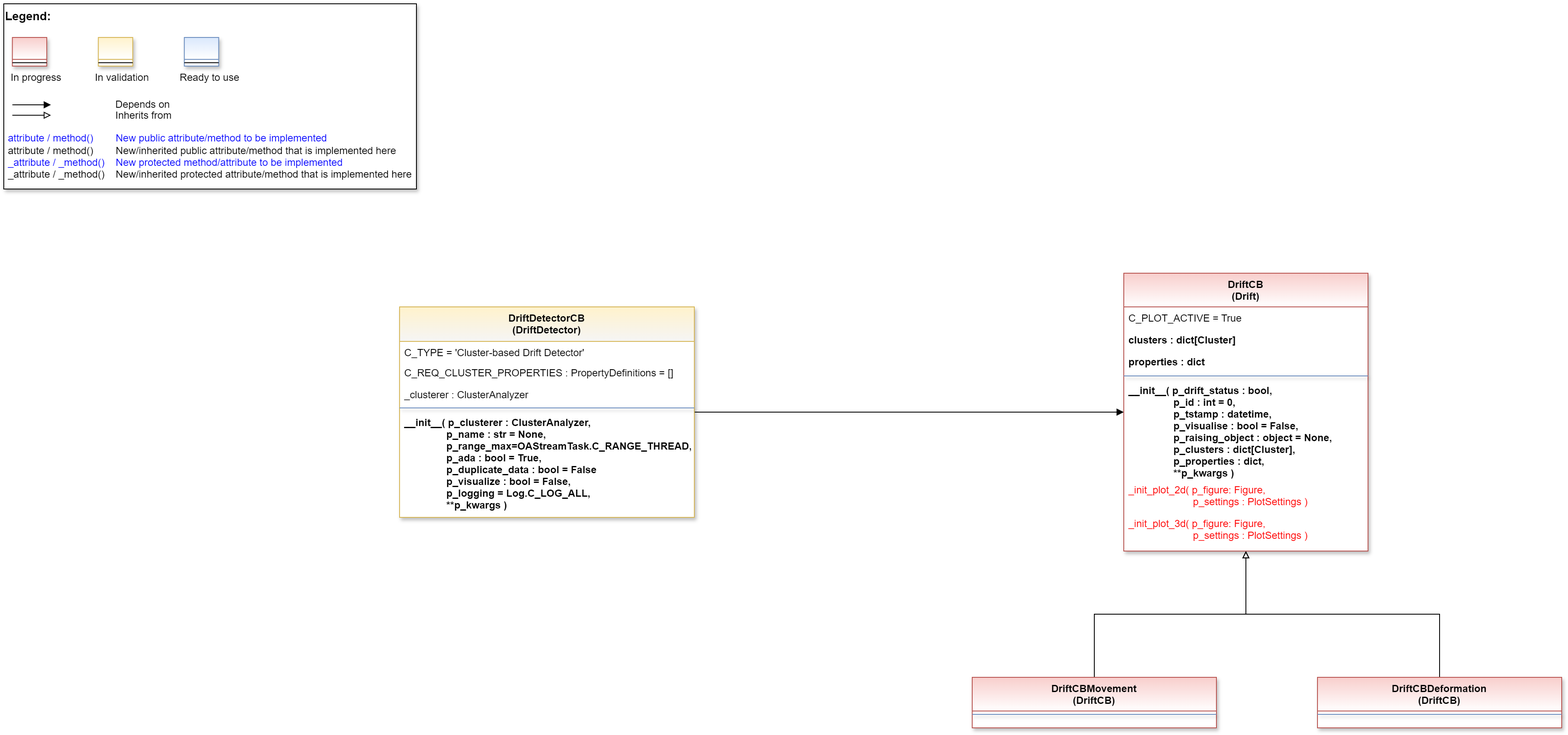
Above: doc/rtd/content/99_appendices/appendix2/sub/mlpro_oa/streams/30_change_detection/20_drift_detection/20_cluster_based/images/MLPro-OA-CB-Drift-Detectors_class_diagram.drawio.png in fhswf/MLPro (draw.io), before the change. Source tidied: cells renumbered, new cells last; positions are measured from the earlier drawing's top-left corner, leaving out a move shared by most shapes.
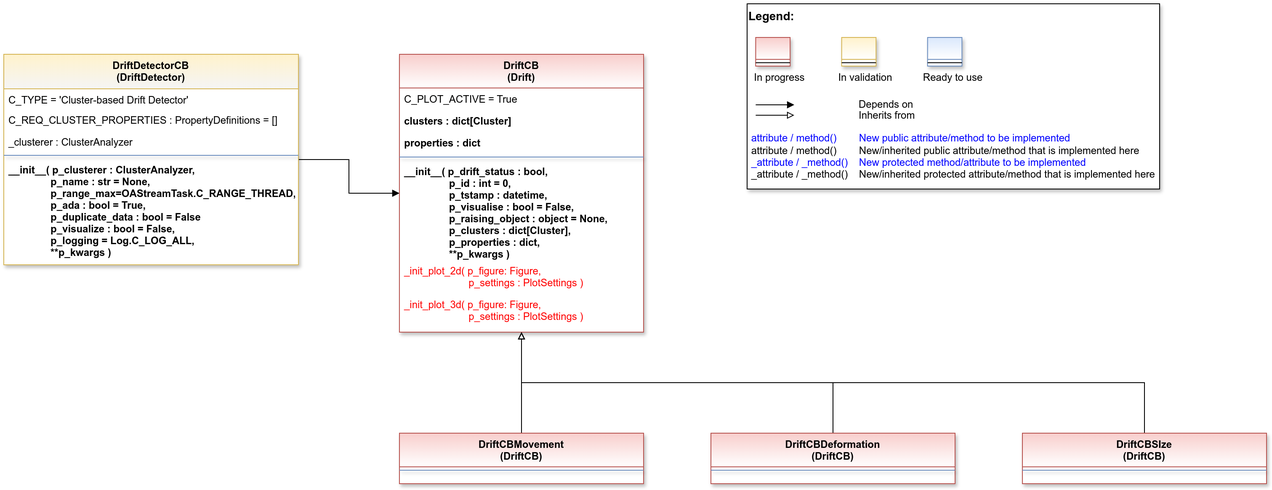
The same diagram one commit later.

Diff of the diagram source:
```diff
@@ -3,7 +3,7 @@
     <mxCell id="0" />
     <mxCell id="1" parent="0" />
     <mxCell id="2" style="group;" parent="1" vertex="1">
-      <mxGeometry width="490" height="220" as="geometry" />
+      <mxGeometry x="843" width="490" height="220" as="geometry" />
     </mxCell>
     <mxCell id="3" value="&lt;font color=&quot;#000000&quot; size=&quot;1&quot;&gt;&lt;b style=&quot;font-size: 14px&quot;&gt;Legend:&lt;br&gt;&lt;/b&gt;&lt;/font&gt;&lt;br&gt;&lt;br&gt;&lt;br&gt;&lt;font color=&quot;#0000ff&quot; style=&quot;font-size: 6px&quot;&gt;&lt;br&gt;&lt;/font&gt;&lt;span style=&quot;color: rgb(0 , 0 , 0)&quot;&gt;&lt;font style=&quot;font-size: 4px&quot;&gt;&amp;nbsp; &amp;nbsp;&lt;/font&gt;&amp;nbsp;In progress&amp;nbsp; &amp;nbsp; &amp;nbsp; &amp;nbsp; &amp;nbsp; &amp;nbsp; In validation&amp;nbsp; &amp;nbsp; &amp;nbsp; &amp;nbsp; &amp;nbsp; &amp;nbsp;Ready to use&lt;/span&gt;&lt;font color=&quot;#000000&quot;&gt;&amp;nbsp;&lt;br&gt;&lt;/font&gt;&lt;font color=&quot;#0000ff&quot;&gt;&lt;br&gt;&lt;br&gt;&lt;br&gt;&lt;br&gt;&amp;nbsp;attribute / method()&amp;nbsp; &amp;nbsp; &amp;nbsp; &amp;nbsp; New public attribute/method to be implemented&lt;/font&gt;&lt;br&gt;&lt;font color=&quot;#000000&quot;&gt;&amp;nbsp;&lt;/font&gt;&lt;font color=&quot;#000000&quot;&gt;attribute / method()&lt;span&gt; &lt;/span&gt;&amp;nbsp; &amp;nbsp; &amp;nbsp; &amp;nbsp;New/inherited public attribute/method that is implemented here&lt;br&gt;&lt;/font&gt;&lt;font color=&quot;#0000ff&quot;&gt;&amp;nbsp;_attribute /&amp;nbsp;&lt;/font&gt;&lt;font color=&quot;#0000ff&quot;&gt;_method()&amp;nbsp; &amp;nbsp; New protected method/attribute to be implemented&lt;/font&gt;&lt;br&gt;&lt;font color=&quot;#000000&quot;&gt;&amp;nbsp;_attribute / _method()&amp;nbsp; &amp;nbsp; New/inherited protected attribute/method that is implemented here&lt;br&gt;&lt;/font&gt;&lt;font color=&quot;#000000&quot;&gt;&lt;br&gt;&lt;br&gt;&lt;br&gt;&lt;br&gt;&lt;br&gt;&lt;/font&gt;" style="text;html=1;align=left;verticalAlign=top;whiteSpace=wrap;rounded=0;fontColor=#006600;strokeColor=#000000;shadow=1;fillColor=#ffffff;" parent="2" vertex="1">
       <mxGeometry width="490" height="220" as="geometry" />
@@ -43,11 +43,11 @@
     <mxCell id="11" style="line;html=1;strokeWidth=1;align=left;verticalAlign=middle;spacingTop=-1;spacingLeft=3;spacingRight=3;labelPosition=right;" parent="10" vertex="1">
       <mxGeometry y="26" width="40.8" height="8" as="geometry" />
     </mxCell>
-    <mxCell id="12" style="edgeStyle=orthogonalEdgeStyle;rounded=0;jettySize=auto;html=1;endArrow=block;endFill=1;" parent="1" edge="1" source="13" target="21">
+    <mxCell id="12" style="edgeStyle=orthogonalEdgeStyle;rounded=0;jettySize=auto;html=1;endArrow=block;endFill=1;" parent="1" edge="1" source="13" target="19">
       <mxGeometry relative="1" as="geometry" />
     </mxCell>
     <mxCell id="13" value="DriftDetectorCB&#10;(DriftDetector)" style="swimlane;align=center;verticalAlign=top;horizontal=1;startSize=41;rounded=0;shadow=1;strokeWidth=1;fillColor=#fff2cc;strokeColor=#d6b656;swimlaneFillColor=#ffffff;gradientColor=#F5F5F5;" parent="1" vertex="1">
-      <mxGeometry x="470" y="360" width="350" height="250" as="geometry" />
+      <mxGeometry x="-40" y="60" width="350" height="250" as="geometry" />
     </mxCell>
     <mxCell id="14" value="C_TYPE = 'Cluster-based Drift Detector'" style="text;align=left;verticalAlign=top;spacingLeft=4;spacingRight=4;overflow=hidden;" parent="13" vertex="1">
       <mxGeometry y="41" width="350" height="24" as="geometry" />
@@ -64,47 +64,66 @@
     <mxCell id="18" value="__init__( p_clusterer : ClusterAnalyzer,&#10;               p_name : str = None,&#10;               p_range_max=OAStreamTask.C_RANGE_THREAD,&#10;               p_ada : bool = True,&#10;               p_duplicate_data : bool = False&#10;               p_visualize : bool = False,&#10;               p_logging = Log.C_LOG_ALL,&#10;               **p_kwargs )" style="text;align=left;verticalAlign=top;spacingLeft=4;spacingRight=4;overflow=hidden;fontStyle=1;" parent="13" vertex="1">
       <mxGeometry y="124" width="350" height="126" as="geometry" />
     </mxCell>
-    <mxCell id="19" style="edgeStyle=orthogonalEdgeStyle;rounded=0;jettySize=auto;html=1;endArrow=block;endFill=0;exitX=0.5;exitY=0;exitDx=0;exitDy=0;" parent="1" edge="1" source="29" target="21">
-      <mxGeometry relative="1" as="geometry" />
+    <mxCell id="19" value="DriftCB&#10;(Drift)" style="swimlane;fontStyle=1;align=center;verticalAlign=top;horizontal=1;startSize=40;rounded=0;shadow=1;strokeWidth=1;fillColor=#f8cecc;strokeColor=#b85450;swimlaneFillColor=#ffffff;fontFamily=Helvetica;fontSize=12;gradientColor=#FFFFFF;" parent="1" vertex="1">
+      <mxGeometry x="430" y="60" width="290" height="330" as="geometry" />
     </mxCell>
-    <mxCell id="20" style="edgeStyle=orthogonalEdgeStyle;rounded=0;jettySize=auto;html=1;endArrow=block;endFill=0;" parent="1" edge="1" source="31" target="21">
-      <mxGeometry relative="1" as="geometry" />
+    <mxCell id="20" value="C_PLOT_ACTIVE = True" style="text;align=left;verticalAlign=top;spacingLeft=4;spacingRight=4;overflow=hidden;" parent="19" vertex="1">
+      <mxGeometry y="40" width="290" height="26" as="geometry" />
     </mxCell>
-    <mxCell id="21" value="DriftCB&#10;(Drift)" style="swimlane;fontStyle=1;align=center;verticalAlign=top;horizontal=1;startSize=40;rounded=0;shadow=1;strokeWidth=1;fillColor=#f8cecc;strokeColor=#b85450;swimlaneFillColor=#ffffff;fontFamily=Helvetica;fontSize=12;gradientColor=#FFFFFF;" parent="1" vertex="1">
-      <mxGeometry x="1330" y="320" width="290" height="330" as="geometry" />
+    <mxCell id="21" value="clusters : dict[Cluster]" style="text;align=left;verticalAlign=top;spacingLeft=4;spacingRight=4;overflow=hidden;points=[[0,0.5],[1,0.5]];portConstraint=eastwest;fontStyle=1;" parent="19" vertex="1">
+      <mxGeometry y="66" width="290" height="26" as="geometry" />
     </mxCell>
-    <mxCell id="22" value="C_PLOT_ACTIVE = True" style="text;align=left;verticalAlign=top;spacingLeft=4;spacingRight=4;overflow=hidden;" parent="21" vertex="1">
-      <mxGeometry y="40" width="290" height="26" as="geometry" />
+    <mxCell id="22" value="properties : dict" style="text;align=left;verticalAlign=top;spacingLeft=4;spacingRight=4;overflow=hidden;fontStyle=1;" parent="19" vertex="1">
+      <mxGeometry y="92" width="290" height="26" as="geometry" />
     </mxCell>
-    <mxCell id="23" value="clusters : dict[Cluster]" style="text;align=left;verticalAlign=top;spacingLeft=4;spacingRight=4;overflow=hidden;fontStyle=1;" parent="21" vertex="1">
-      <mxGeometry y="66" width="290" height="26" as="geometry" />
+    <mxCell id="23" style="line;html=1;strokeWidth=1;align=center;verticalAlign=top;spacingTop=-1;spacingLeft=3;spacingRight=3;labelPosition=right;rounded=0;shadow=1;strokeColor=#6c8ebf;swimlaneFillColor=#ffffff;fontFamily=Helvetica;fontSize=12;fontColor=default;fontStyle=1;fillColor=#dae8fc;gradientColor=#ffffff;" parent="19" vertex="1">
+      <mxGeometry y="118" width="290" height="8" as="geometry" />
     </mxCell>
-    <mxCell id="24" value="properties : dict" style="text;align=left;verticalAlign=top;spacingLeft=4;spacingRight=4;overflow=hidden;fontStyle=1;" parent="21" vertex="1">
-      <mxGeometry y="92" width="290" height="26" as="geometry" />
+    <mxCell id="24" value="__init__( p_drift_status : bool,&#10;                p_id : int = 0,&#10;                p_tstamp : datetime,&#10;                p_visualise : bool = False,&#10;                p_raising_object : object = None,&#10;                p_clusters : dict[Cluster],&#10;                p_properties : dict,&#10;                **p_kwargs )" style="text;align=left;verticalAlign=top;spacingLeft=4;spacingRight=4;overflow=hidden;fontStyle=1;" parent="19" vertex="1">
+      <mxGeometry y="126" width="290" height="118" as="geometry" />
     </mxCell>
-    <mxCell id="25" style="line;html=1;strokeWidth=1;align=center;verticalAlign=top;spacingTop=-1;spacingLeft=3;spacingRight=3;labelPosition=right;rounded=0;shadow=1;strokeColor=#6c8ebf;swimlaneFillColor=#ffffff;fontFamily=Helvetica;fontSize=12;fontColor=default;fontStyle=1;fillColor=#dae8fc;gradientColor=#ffffff;" parent="21" vertex="1">
-      <mxGeometry y="118" width="290" height="8" as="geometry" />
+    <mxCell id="25" value="_init_plot_2d( p_figure: Figure, &#10;                       p_settings : PlotSettings )" style="text;align=left;verticalAlign=top;spacingLeft=4;spacingRight=4;overflow=hidden;fontColor=#FF0000;" parent="19" vertex="1">
+      <mxGeometry y="244" width="290" height="40" as="geometry" />
     </mxCell>
-    <mxCell id="26" value="__init__( p_drift_status : bool,&#10;                p_id : int = 0,&#10;                p_tstamp : datetime,&#10;                p_visualise : bool = False,&#10;                p_raising_object : object = None,&#10;                p_clusters : dict[Cluster],&#10;                p_properties : dict,&#10;                **p_kwargs )" style="text;align=left;verticalAlign=top;spacingLeft=4;spacingRight=4;overflow=hidden;fontStyle=1;" parent="21" vertex="1">
-      <mxGeometry y="126" width="290" height="118" as="geometry" />
+    <mxCell id="26" value="_init_plot_3d( p_figure: Figure, &#10;                       p_settings : PlotSettings )" style="text;align=left;verticalAlign=top;spacingLeft=4;spacingRight=4;overflow=hidden;fontColor=#FF0000;" parent="19" vertex="1">
+      <mxGeometry y="284" width="290" height="40" as="geometry" />
     </mxCell>
-    <mxCell id="27" value="_init_plot_2d( p_figure: Figure, &#10;                       p_settings : PlotSettings )" style="text;align=left;verticalAlign=top;spacingLeft=4;spacingRight=4;overflow=hidden;fontColor=#FF0000;" parent="21" vertex="1">
-      <mxGeometry y="244" width="290" height="40" as="geometry" />
+    <mxCell id="27" style="edgeStyle=orthogonalEdgeStyle;rounded=0;jettySize=auto;html=1;endArrow=block;endFill=0;" parent="1" edge="1" source="28" target="19">
+      <mxGeometry relative="1" as="geometry" />
     </mxCell>
-    <mxCell id="28" value="_init_plot_3d( p_figure: Figure, &#10;                       p_settings : PlotSettings )" style="text;align=left;verticalAlign=top;spacingLeft=4;spacingRight=4;overflow=hidden;points=[[0,0.5],[1,0.5]];portConstraint=eastwest;fontColor=#FF0000;" parent="21" vertex="1">
-      <mxGeometry y="284" width="290" height="40" as="geometry" />
+    <mxCell id="28" value="DriftCBMovement&#10;(DriftCB)" style="swimlane;fontStyle=1;align=center;verticalAlign=top;horizontal=1;startSize=40;rounded=0;shadow=1;strokeWidth=1;fillColor=#f8cecc;strokeColor=#b85450;swimlaneFillColor=#ffffff;fontFamily=Helvetica;fontSize=12;gradientColor=#FFFFFF;" parent="1" vertex="1">
+      <mxGeometry x="430" y="510" width="290" height="60" as="geometry" />
     </mxCell>
-    <mxCell id="29" value="DriftCBMovement&#10;(DriftCB)" style="swimlane;fontStyle=1;align=center;verticalAlign=top;horizontal=1;startSize=40;rounded=0;shadow=1;strokeWidth=1;fillColor=#f8cecc;strokeColor=#b85450;swimlaneFillColor=#ffffff;fontFamily=Helvetica;fontSize=12;gradientColor=#FFFFFF;" parent="1" vertex="1">
-      <mxGeometry x="1150" y="800" width="290" height="60" as="geometry" />
+    <mxCell id="29" style="line;html=1;strokeWidth=1;align=center;verticalAlign=top;spacingTop=-1;spacingLeft=3;spacingRight=3;labelPosition=right;points=[];portConstraint=eastwest;rounded=0;shadow=1;strokeColor=#6c8ebf;swimlaneFillColor=#ffffff;fontFamily=Helvetica;fontSize=12;fontColor=default;fontStyle=1;fillColor=#dae8fc;gradientColor=#ffffff;" parent="28" vertex="1">
+      <mxGeometry y="40" width="290" height="8" as="geometry" />
     </mxCell>
-    <mxCell id="30" style="line;html=1;strokeWidth=1;align=center;verticalAlign=top;spacingTop=-1;spacingLeft=3;spacingRight=3;labelPosition=right;rounded=0;shadow=1;strokeColor=#6c8ebf;swimlaneFillColor=#ffffff;fontFamily=Helvetica;fontSize=12;fontColor=default;fontStyle=1;fillColor=#dae8fc;gradientColor=#ffffff;" parent="29" vertex="1">
-      <mxGeometry y="40" width="290" height="8" as="geometry" />
+    <mxCell id="30" style="edgeStyle=orthogonalEdgeStyle;rounded=0;jettySize=auto;html=1;endArrow=block;endFill=0;" parent="1" edge="1" source="31" target="19">
+      <mxGeometry relative="1" as="geometry">
+        <Array as="points">
+          <mxPoint x="945" y="450" />
+          <mxPoint x="575" y="450" />
+        </Array>
+      </mxGeometry>
     </mxCell>
     <mxCell id="31" value="DriftCBDeformation&#10;(DriftCB)" style="swimlane;fontStyle=1;align=center;verticalAlign=top;horizontal=1;startSize=40;rounded=0;shadow=1;strokeWidth=1;fillColor=#f8cecc;strokeColor=#b85450;swimlaneFillColor=#ffffff;fontFamily=Helvetica;fontSize=12;gradientColor=#FFFFFF;" parent="1" vertex="1">
-      <mxGeometry x="1560" y="800" width="290" height="60" as="geometry" />
+      <mxGeometry x="800" y="510" width="290" height="60" as="geometry" />
     </mxCell>
     <mxCell id="32" style="line;html=1;strokeWidth=1;align=center;verticalAlign=top;spacingTop=-1;spacingLeft=3;spacingRight=3;labelPosition=right;rounded=0;shadow=1;strokeColor=#6c8ebf;swimlaneFillColor=#ffffff;fontFamily=Helvetica;fontSize=12;fontColor=default;fontStyle=1;fillColor=#dae8fc;gradientColor=#ffffff;" parent="31" vertex="1">
       <mxGeometry y="40" width="290" height="8" as="geometry" />
     </mxCell>
+    <mxCell id="33" style="edgeStyle=orthogonalEdgeStyle;rounded=0;jettySize=auto;html=1;endArrow=block;endFill=0;" parent="1" edge="1" source="34" target="19">
+      <mxGeometry relative="1" as="geometry">
+        <Array as="points">
+          <mxPoint x="1315" y="450" />
+          <mxPoint x="575" y="450" />
+        </Array>
+      </mxGeometry>
+    </mxCell>
+    <mxCell id="34" value="DriftCBSIze&#10;(DriftCB)" style="swimlane;fontStyle=1;align=center;verticalAlign=top;horizontal=1;startSize=40;rounded=0;shadow=1;strokeWidth=1;fillColor=#f8cecc;strokeColor=#b85450;swimlaneFillColor=#ffffff;fontFamily=Helvetica;fontSize=12;gradientColor=#FFFFFF;" parent="1" vertex="1">
+      <mxGeometry x="1170" y="510" width="290" height="60" as="geometry" />
+    </mxCell>
+    <mxCell id="35" style="line;html=1;strokeWidth=1;align=center;verticalAlign=top;spacingTop=-1;spacingLeft=3;spacingRight=3;labelPosition=right;rounded=0;shadow=1;strokeColor=#6c8ebf;swimlaneFillColor=#ffffff;fontFamily=Helvetica;fontSize=12;fontColor=default;fontStyle=1;fillColor=#dae8fc;gradientColor=#ffffff;" parent="34" vertex="1">
+      <mxGeometry y="40" width="290" height="8" as="geometry" />
+    </mxCell>
   </root>
 </mxGraphModel>
```
